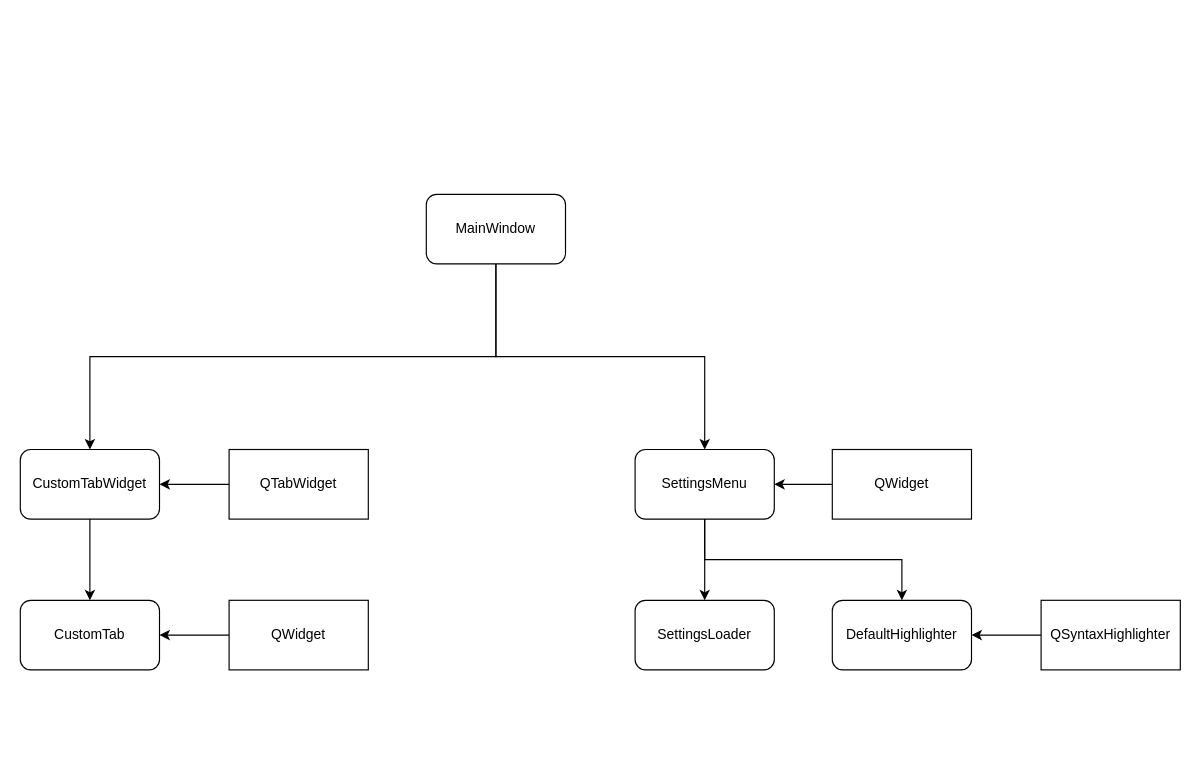
This is doc/diagram.drawio from lucky-rydar/text-editor, a draw.io file, before an edit. Source tidied: cells renumbered, new cells numbered last; positions are measured from the earlier drawing's top-left corner, leaving out a move shared by most shapes. Both pictures are drawn from the tidied source at 116%, with x=0, y=0 at pixel (20, 194).
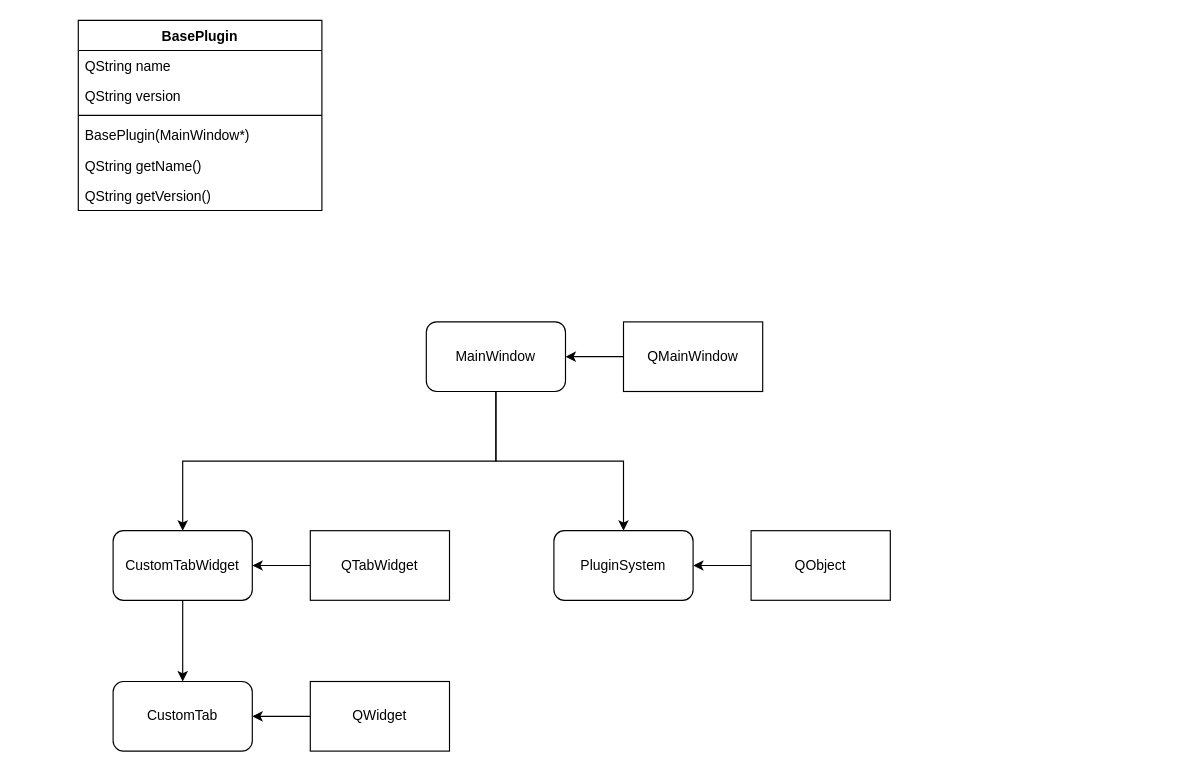
The same diagram, later.

Commit message (it also covers changes not shown here):
Updated diagram Refactored access modifiers in classes

Diff of the diagram source:
```diff
@@
-    <mxCell id="2" style="edgeStyle=orthogonalEdgeStyle;rounded=0;jettySize=auto;html=1;exitX=0.5;exitY=1;exitDx=0;exitDy=0;entryX=0.5;entryY=0;entryDx=0;entryDy=0;" parent="1" edge="1" source="4" target="7">
-      <mxGeometry relative="1" as="geometry" />
-    </mxCell>
@@
+    <mxCell id="21" style="edgeStyle=orthogonalEdgeStyle;rounded=0;jettySize=auto;html=1;exitX=0.5;exitY=1;exitDx=0;exitDy=0;entryX=0.5;entryY=0;entryDx=0;entryDy=0;" parent="1" edge="1" source="4" target="25">
+      <mxGeometry relative="1" as="geometry" />
+    </mxCell>
     <mxCell id="4" value="MainWindow" style="rounded=1;whiteSpace=wrap;html=1;" parent="1" vertex="1">
-      <mxGeometry x="350" width="120" height="60" as="geometry" />
+      <mxGeometry x="350" y="110" width="120" height="60" as="geometry" />
     </mxCell>
-    <mxCell id="5" style="edgeStyle=orthogonalEdgeStyle;rounded=0;jettySize=auto;html=1;" parent="1" edge="1" source="7" target="8">
-      <mxGeometry relative="1" as="geometry" />
-    </mxCell>
-    <mxCell id="6" style="edgeStyle=orthogonalEdgeStyle;rounded=0;jettySize=auto;html=1;exitX=0.5;exitY=1;exitDx=0;exitDy=0;" parent="1" edge="1" source="7" target="9">
-      <mxGeometry relative="1" as="geometry" />
-    </mxCell>
-    <mxCell id="7" value="SettingsMenu" style="rounded=1;whiteSpace=wrap;html=1;" parent="1" vertex="1">
-      <mxGeometry x="530" y="220" width="120" height="60" as="geometry" />
-    </mxCell>
-    <mxCell id="8" value="SettingsLoader" style="rounded=1;whiteSpace=wrap;html=1;" parent="1" vertex="1">
-      <mxGeometry x="530" y="350" width="120" height="60" as="geometry" />
-    </mxCell>
-    <mxCell id="9" value="DefaultHighlighter" style="rounded=1;whiteSpace=wrap;html=1;" parent="1" vertex="1">
-      <mxGeometry x="700" y="350" width="120" height="60" as="geometry" />
-    </mxCell>
-    <mxCell id="10" style="edgeStyle=orthogonalEdgeStyle;rounded=0;jettySize=auto;html=1;" parent="1" edge="1" source="11" target="9">
-      <mxGeometry relative="1" as="geometry" />
-    </mxCell>
-    <mxCell id="11" value="QSyntaxHighlighter" style="rounded=0;whiteSpace=wrap;html=1;" parent="1" vertex="1">
-      <mxGeometry x="880" y="350" width="120" height="60" as="geometry" />
-    </mxCell>
     <mxCell id="12" value="CustomTab" style="rounded=1;whiteSpace=wrap;html=1;" parent="1" vertex="1">
-      <mxGeometry y="350" width="120" height="60" as="geometry" />
+      <mxGeometry x="80" y="420" width="120" height="60" as="geometry" />
     </mxCell>
@@
     <mxCell id="14" value="QWidget" style="rounded=0;whiteSpace=wrap;html=1;" parent="1" vertex="1">
-      <mxGeometry x="180" y="350" width="120" height="60" as="geometry" />
+      <mxGeometry x="250" y="420" width="120" height="60" as="geometry" />
     </mxCell>
@@
     <mxCell id="16" value="CustomTabWidget" style="rounded=1;whiteSpace=wrap;html=1;" parent="1" vertex="1">
-      <mxGeometry y="220" width="120" height="60" as="geometry" />
+      <mxGeometry x="80" y="290" width="120" height="60" as="geometry" />
     </mxCell>
@@
     <mxCell id="18" value="QTabWidget" style="rounded=0;whiteSpace=wrap;html=1;" parent="1" vertex="1">
-      <mxGeometry x="180" y="220" width="120" height="60" as="geometry" />
+      <mxGeometry x="250" y="290" width="120" height="60" as="geometry" />
     </mxCell>
-    <mxCell id="19" style="edgeStyle=orthogonalEdgeStyle;rounded=0;jettySize=auto;html=1;" parent="1" edge="1" source="20" target="7">
-      <mxGeometry relative="1" as="geometry" />
-    </mxCell>
-    <mxCell id="20" value="QWidget" style="rounded=0;whiteSpace=wrap;html=1;" parent="1" vertex="1">
-      <mxGeometry x="700" y="220" width="120" height="60" as="geometry" />
-    </mxCell>
+    <mxCell id="22" style="edgeStyle=orthogonalEdgeStyle;rounded=0;jettySize=auto;html=1;" parent="1" edge="1" source="23" target="4">
+      <mxGeometry relative="1" as="geometry" />
+    </mxCell>
+    <mxCell id="23" value="QMainWindow" style="rounded=0;whiteSpace=wrap;html=1;" parent="1" vertex="1">
+      <mxGeometry x="520" y="110" width="120" height="60" as="geometry" />
+    </mxCell>
+    <mxCell id="24" style="edgeStyle=orthogonalEdgeStyle;rounded=0;orthogonalLoop=1;jettySize=auto;html=1;exitX=0.5;exitY=1;exitDx=0;exitDy=0;" parent="1" edge="1" source="14" target="14">
+      <mxGeometry relative="1" as="geometry" />
+    </mxCell>
+    <mxCell id="25" value="PluginSystem" style="rounded=1;whiteSpace=wrap;html=1;" parent="1" vertex="1">
+      <mxGeometry x="460" y="290" width="120" height="60" as="geometry" />
+    </mxCell>
+    <mxCell id="26" style="edgeStyle=orthogonalEdgeStyle;rounded=0;jettySize=auto;html=1;" parent="1" edge="1" source="27" target="25">
+      <mxGeometry relative="1" as="geometry" />
+    </mxCell>
+    <mxCell id="27" value="QObject" style="rounded=0;whiteSpace=wrap;html=1;" parent="1" vertex="1">
+      <mxGeometry x="630" y="290" width="120" height="60" as="geometry" />
+    </mxCell>
+    <mxCell id="28" value="BasePlugin" style="swimlane;fontStyle=1;align=center;verticalAlign=top;horizontal=1;startSize=26;" parent="1" vertex="1">
+      <mxGeometry x="50" y="-150" width="210" height="164" as="geometry" />
+    </mxCell>
+    <mxCell id="29" value="QString name" style="text;strokeColor=none;fillColor=none;align=left;verticalAlign=top;spacingLeft=4;spacingRight=4;overflow=hidden;" parent="28" vertex="1">
+      <mxGeometry y="26" width="210" height="26" as="geometry" />
+    </mxCell>
+    <mxCell id="30" value="QString version" style="text;strokeColor=none;fillColor=none;align=left;verticalAlign=top;spacingLeft=4;spacingRight=4;overflow=hidden;" parent="28" vertex="1">
+      <mxGeometry y="52" width="210" height="26" as="geometry" />
+    </mxCell>
+    <mxCell id="31" style="line;strokeWidth=1;fillColor=none;align=left;verticalAlign=middle;spacingTop=-1;spacingLeft=3;spacingRight=3;labelPosition=right;" parent="28" vertex="1">
+      <mxGeometry y="78" width="210" height="8" as="geometry" />
+    </mxCell>
+    <mxCell id="32" value="BasePlugin(MainWindow*)" style="text;strokeColor=none;fillColor=none;align=left;verticalAlign=top;spacingLeft=4;spacingRight=4;overflow=hidden;" parent="28" vertex="1">
+      <mxGeometry y="86" width="210" height="26" as="geometry" />
+    </mxCell>
+    <mxCell id="33" value="QString getName()" style="text;strokeColor=none;fillColor=none;align=left;verticalAlign=top;spacingLeft=4;spacingRight=4;overflow=hidden;" parent="28" vertex="1">
+      <mxGeometry y="112" width="210" height="26" as="geometry" />
+    </mxCell>
+    <mxCell id="34" value="QString getVersion()" style="text;strokeColor=none;fillColor=none;align=left;verticalAlign=top;spacingLeft=4;spacingRight=4;overflow=hidden;" parent="28" vertex="1">
+      <mxGeometry y="138" width="210" height="26" as="geometry" />
+    </mxCell>
```
